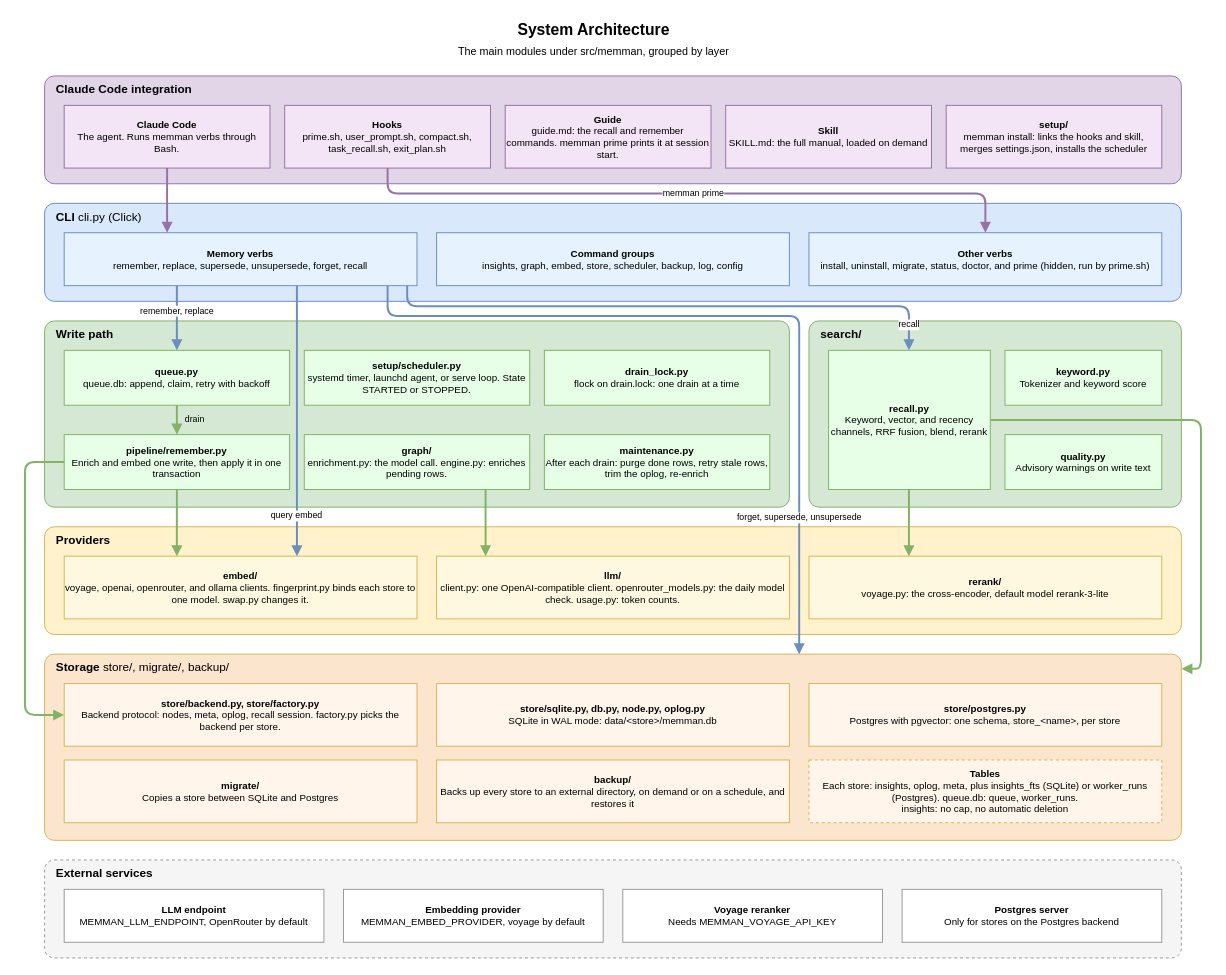
Earlier version of the draw.io diagram docs/diagrams/02-system-architecture.drawio (bissli/memman). Source tidied: cells renumbered, new cells numbered last; positions are measured from the earlier drawing's top-left corner, leaving out a move shared by most shapes. Both pictures are drawn from the tidied source at 98%, with x=0, y=0 at pixel (24, 17).
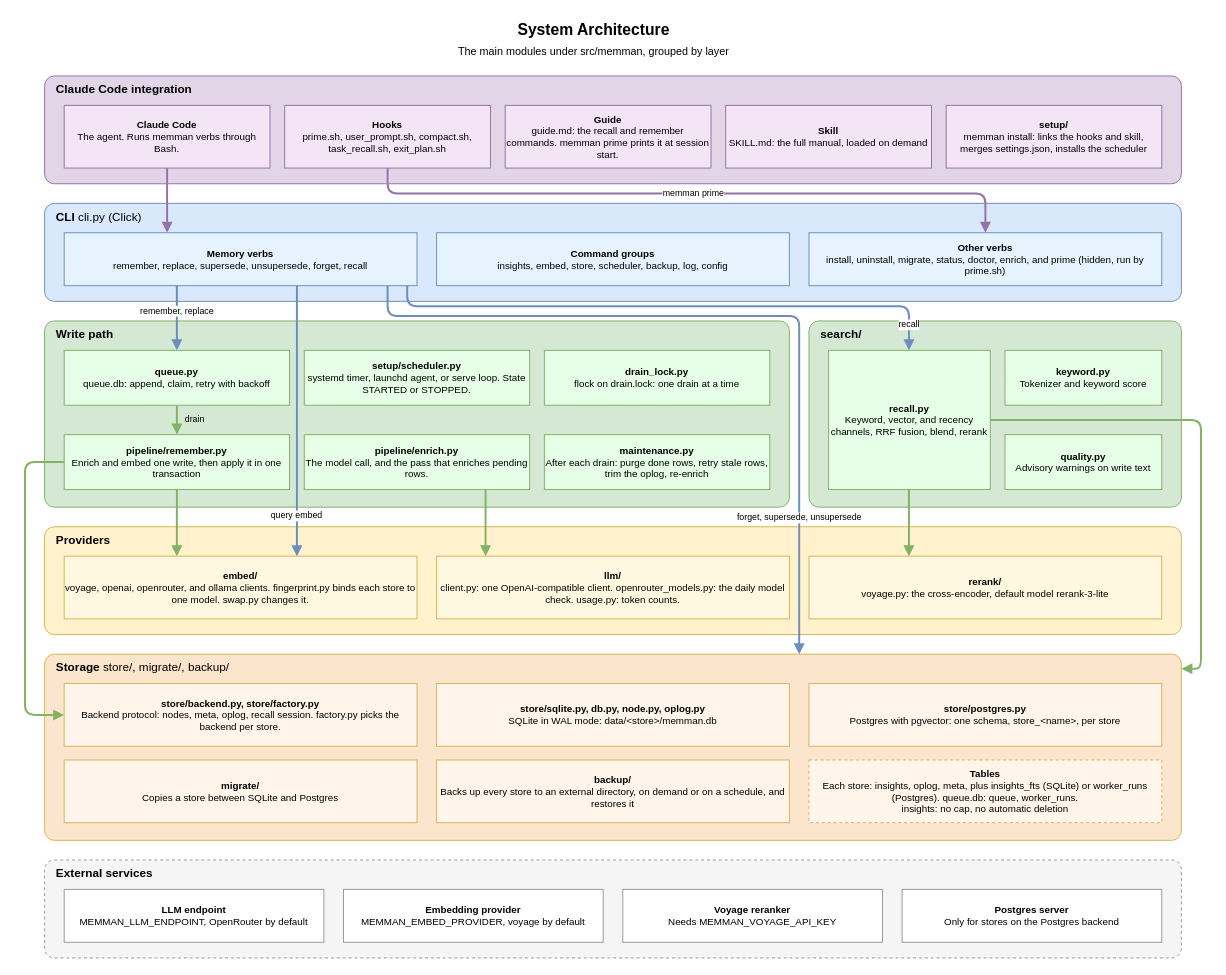
Above is the later version.

Change to the diagram source:
```diff
@@
-    <mxCell id="11" value="&lt;b&gt;Command groups&lt;/b&gt;&lt;br&gt;insights, graph, embed, store, scheduler, backup, log, config" style="rounded=0;whiteSpace=wrap;html=1;fillColor=#E6F3FF;strokeColor=#6c8ebf;fontSize=10;" parent="1" vertex="1">
+    <mxCell id="11" value="&lt;b&gt;Command groups&lt;/b&gt;&lt;br&gt;insights, embed, store, scheduler, backup, log, config" style="rounded=0;whiteSpace=wrap;html=1;fillColor=#E6F3FF;strokeColor=#6c8ebf;fontSize=10;" parent="1" vertex="1">
       <mxGeometry x="420" y="220" width="360" height="54" as="geometry" />
     </mxCell>
-    <mxCell id="12" value="&lt;b&gt;Other verbs&lt;/b&gt;&lt;br&gt;install, uninstall, migrate, status, doctor, and prime (hidden, run by prime.sh)" style="rounded=0;whiteSpace=wrap;html=1;fillColor=#E6F3FF;strokeColor=#6c8ebf;fontSize=10;" parent="1" vertex="1">
+    <mxCell id="12" value="&lt;b&gt;Other verbs&lt;/b&gt;&lt;br&gt;install, uninstall, migrate, status, doctor, enrich, and prime (hidden, run by prime.sh)" style="rounded=0;whiteSpace=wrap;html=1;fillColor=#E6F3FF;strokeColor=#6c8ebf;fontSize=10;" parent="1" vertex="1">
       <mxGeometry x="800" y="220" width="360" height="54" as="geometry" />
     </mxCell>
@@
-    <mxCell id="18" value="&lt;b&gt;graph/&lt;/b&gt;&lt;br&gt;enrichment.py: the model call. engine.py: enriches pending rows." style="rounded=0;whiteSpace=wrap;html=1;fillColor=#E6FFE6;strokeColor=#82b366;fontSize=10;" parent="1" vertex="1">
+    <mxCell id="18" value="&lt;b&gt;pipeline/enrich.py&lt;/b&gt;&lt;br&gt;The model call, and the pass that enriches pending rows." style="rounded=0;whiteSpace=wrap;html=1;fillColor=#E6FFE6;strokeColor=#82b366;fontSize=10;" parent="1" vertex="1">
       <mxGeometry x="285" y="426" width="230" height="56" as="geometry" />
     </mxCell>
```
